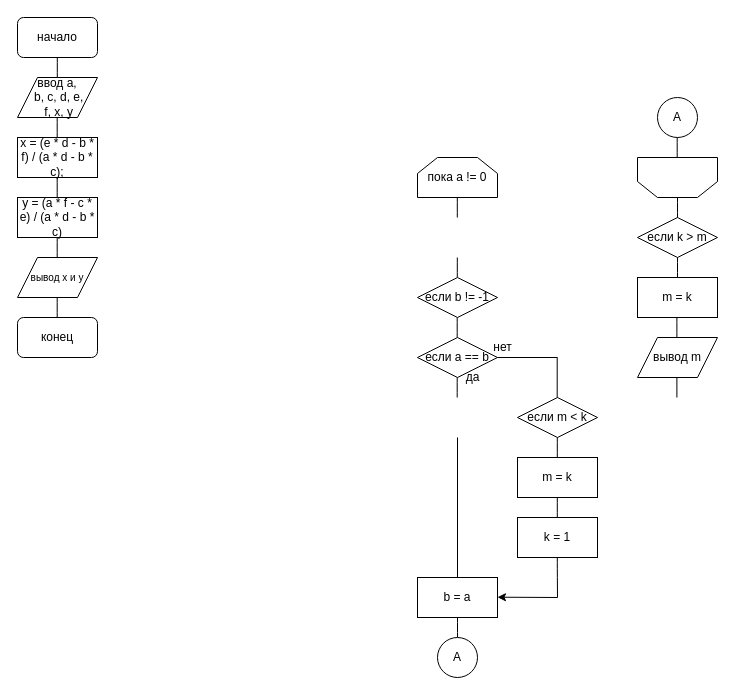
Earlier version of the draw.io diagram Untitled Diagram.drawio (AGCher/TiMP_lab1). Source tidied: cells renumbered, new cells numbered last; positions are measured from the earlier drawing's top-left corner, leaving out a move shared by most shapes. Both pictures are drawn from the tidied source at 100%, with x=0, y=0 at pixel (17, 17).
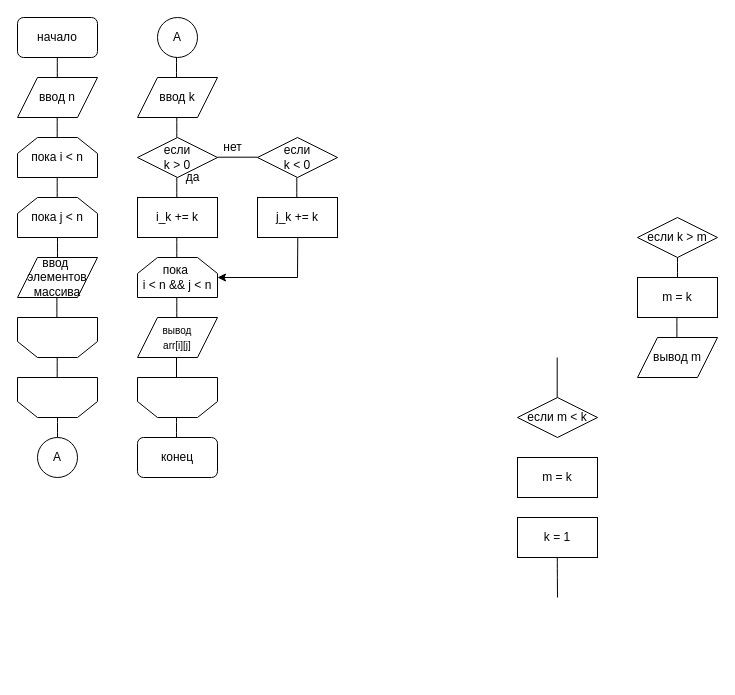
After the change.

The edit, as a diff of the source:
```diff
@@
-    <mxCell id="3" value="ввод&amp;nbsp;a,&lt;br&gt;&amp;nbsp;b, c, d, e,&lt;br&gt;&amp;nbsp;f, x, y" style="shape=parallelogram;perimeter=parallelogramPerimeter;whiteSpace=wrap;html=1;fixedSize=1;" parent="1" vertex="1">
+    <mxCell id="3" value="ввод n" style="shape=parallelogram;perimeter=parallelogramPerimeter;whiteSpace=wrap;html=1;fixedSize=1;" parent="1" vertex="1">
       <mxGeometry y="60" width="80" height="40" as="geometry" />
     </mxCell>
@@
     <mxCell id="5" style="endArrow=none;html=1;" parent="1" edge="1">
       <mxGeometry relative="1" as="geometry">
-        <mxPoint x="439.8" y="200" as="sourcePoint" />
-        <mxPoint x="439.8" y="180" as="targetPoint" />
+        <mxPoint x="39.7" y="180" as="sourcePoint" />
+        <mxPoint x="39.7" y="160" as="targetPoint" />
         <Array as="points">
-          <mxPoint x="439.8" y="190" />
+          <mxPoint x="39.7" y="170" />
         </Array>
       </mxGeometry>
     </mxCell>
     <mxCell id="6" value="конец" style="rounded=1;whiteSpace=wrap;html=1;" parent="1" vertex="1">
-      <mxGeometry y="300" width="80" height="40" as="geometry" />
+      <mxGeometry x="120" y="420" width="80" height="40" as="geometry" />
     </mxCell>
     <mxCell id="7" style="endArrow=none;html=1;" parent="1" edge="1">
       <mxGeometry relative="1" as="geometry">
-        <mxPoint x="659.4" y="380" as="sourcePoint" />
-        <mxPoint x="659.4" y="360" as="targetPoint" />
+        <mxPoint x="159" y="360" as="sourcePoint" />
+        <mxPoint x="159" y="340" as="targetPoint" />
       </mxGeometry>
     </mxCell>
-    <mxCell id="8" value="пока a != 0" style="shape=loopLimit;whiteSpace=wrap;html=1;size=20;" parent="1" vertex="1">
-      <mxGeometry x="400" y="140" width="80" height="40" as="geometry" />
+    <mxCell id="8" value="пока i &amp;lt; n" style="shape=loopLimit;whiteSpace=wrap;html=1;size=20;" parent="1" vertex="1">
+      <mxGeometry y="120" width="80" height="40" as="geometry" />
     </mxCell>
     <mxCell id="9" style="endArrow=none;html=1;" parent="1" edge="1">
       <mxGeometry relative="1" as="geometry">
-        <mxPoint x="439.8" y="260" as="sourcePoint" />
-        <mxPoint x="439.8" y="240" as="targetPoint" />
+        <mxPoint x="40" y="240" as="sourcePoint" />
+        <mxPoint x="40" y="220" as="targetPoint" />
         <Array as="points">
-          <mxPoint x="439.8" y="250" />
+          <mxPoint x="40" y="230" />
         </Array>
       </mxGeometry>
     </mxCell>
-    <mxCell id="10" value="если b != -1" style="rhombus;whiteSpace=wrap;html=1;" parent="1" vertex="1">
-      <mxGeometry x="400" y="260" width="80" height="40" as="geometry" />
+    <mxCell id="10" value="если &lt;br&gt;k &amp;gt; 0" style="rhombus;whiteSpace=wrap;html=1;" parent="1" vertex="1">
+      <mxGeometry x="120" y="120" width="80" height="40" as="geometry" />
     </mxCell>
     <mxCell id="11" style="endArrow=none;html=1;" parent="1" edge="1">
       <mxGeometry relative="1" as="geometry">
-        <mxPoint x="439.7" y="320" as="sourcePoint" />
-        <mxPoint x="439.7" y="300" as="targetPoint" />
+        <mxPoint x="159.3" y="120" as="sourcePoint" />
+        <mxPoint x="159.3" y="100" as="targetPoint" />
         <Array as="points">
-          <mxPoint x="439.7" y="310" />
+          <mxPoint x="159.3" y="110" />
         </Array>
       </mxGeometry>
     </mxCell>
-    <mxCell id="12" value="если a == b" style="rhombus;whiteSpace=wrap;html=1;" parent="1" vertex="1">
-      <mxGeometry x="400" y="320" width="80" height="40" as="geometry" />
-    </mxCell>
     <mxCell id="13" style="endArrow=none;html=1;" parent="1" edge="1">
       <mxGeometry relative="1" as="geometry">
-        <mxPoint x="439.7" y="380" as="sourcePoint" />
-        <mxPoint x="439.7" y="360" as="targetPoint" />
+        <mxPoint x="40" y="420" as="sourcePoint" />
+        <mxPoint x="40" y="400" as="targetPoint" />
         <Array as="points">
-          <mxPoint x="439.7" y="370" />
+          <mxPoint x="40" y="410" />
         </Array>
       </mxGeometry>
     </mxCell>
     <mxCell id="14" value="да" style="text;html=1;align=center;verticalAlign=middle;strokeColor=none;" parent="1" vertex="1">
-      <mxGeometry x="440" y="350" width="30" height="20" as="geometry" />
+      <mxGeometry x="160" y="150" width="30" height="20" as="geometry" />
     </mxCell>
     <mxCell id="15" value="нет" style="text;html=1;align=center;verticalAlign=middle;strokeColor=none;" parent="1" vertex="1">
-      <mxGeometry x="470" y="320" width="30" height="20" as="geometry" />
+      <mxGeometry x="200" y="120" width="30" height="20" as="geometry" />
     </mxCell>
-    <mxCell id="16" style="endArrow=none;html=1;" parent="1" edge="1">
-      <mxGeometry relative="1" as="geometry">
-        <mxPoint x="480" y="340" as="sourcePoint" />
-        <mxPoint x="540" y="340" as="targetPoint" />
-      </mxGeometry>
-    </mxCell>
-    <mxCell id="17" value="x = (e * d - b * f) / (a * d - b * c);" style="rounded=0;whiteSpace=wrap;html=1;" parent="1" vertex="1">
-      <mxGeometry y="120" width="80" height="40" as="geometry" />
+    <mxCell id="17" value="i_k += k" style="rounded=0;whiteSpace=wrap;html=1;" parent="1" vertex="1">
+      <mxGeometry x="120" y="180" width="80" height="40" as="geometry" />
     </mxCell>
@@
     <mxCell id="21" style="endArrow=none;html=1;" parent="1" edge="1">
       <mxGeometry relative="1" as="geometry">
-        <mxPoint x="539.8" y="440" as="sourcePoint" />
-        <mxPoint x="539.8" y="420" as="targetPoint" />
+        <mxPoint x="39.7" y="360" as="sourcePoint" />
+        <mxPoint x="39.7" y="340" as="targetPoint" />
         <Array as="points">
-          <mxPoint x="539.8" y="430" />
+          <mxPoint x="39.7" y="350" />
         </Array>
       </mxGeometry>
     </mxCell>
@@
     <mxCell id="23" style="endArrow=none;html=1;" parent="1" edge="1">
       <mxGeometry relative="1" as="geometry">
-        <mxPoint x="539.8" y="500" as="sourcePoint" />
-        <mxPoint x="539.8" y="480" as="targetPoint" />
+        <mxPoint x="159.3" y="240" as="sourcePoint" />
+        <mxPoint x="159.3" y="220" as="targetPoint" />
         <Array as="points">
-          <mxPoint x="539.8" y="490" />
+          <mxPoint x="159.3" y="230" />
         </Array>
       </mxGeometry>
     </mxCell>
     <mxCell id="24" style="endArrow=none;html=1;" parent="1" edge="1">
       <mxGeometry relative="1" as="geometry">
-        <mxPoint x="440" y="560" as="sourcePoint" />
-        <mxPoint x="440" y="420" as="targetPoint" />
+        <mxPoint x="280" y="260" as="sourcePoint" />
+        <mxPoint x="280.3" y="220" as="targetPoint" />
       </mxGeometry>
     </mxCell>
-    <mxCell id="25" value="b = a" style="rounded=0;whiteSpace=wrap;html=1;" parent="1" vertex="1">
-      <mxGeometry x="400" y="560" width="80" height="40" as="geometry" />
-    </mxCell>
     <mxCell id="26" style="endArrow=classic;html=1;" parent="1" edge="1">
       <mxGeometry relative="1" as="geometry">
-        <mxPoint x="540" y="580" as="sourcePoint" />
-        <mxPoint x="480" y="579.7" as="targetPoint" />
+        <mxPoint x="280" y="260" as="sourcePoint" />
+        <mxPoint x="200" y="260" as="targetPoint" />
       </mxGeometry>
     </mxCell>
@@
     <mxCell id="31" style="shape=loopLimit;whiteSpace=wrap;html=1;size=20;rotation=-180;" parent="1" vertex="1">
-      <mxGeometry x="620" y="140" width="80" height="40" as="geometry" />
+      <mxGeometry y="360" width="80" height="40" as="geometry" />
     </mxCell>
     <mxCell id="32" style="endArrow=none;html=1;" parent="1" edge="1">
       <mxGeometry relative="1" as="geometry">
-        <mxPoint x="440" y="620" as="sourcePoint" />
-        <mxPoint x="440" y="600" as="targetPoint" />
+        <mxPoint x="159.3" y="180" as="sourcePoint" />
+        <mxPoint x="159.3" y="160" as="targetPoint" />
         <Array as="points">
-          <mxPoint x="440" y="610" />
+          <mxPoint x="159.3" y="170" />
         </Array>
       </mxGeometry>
     </mxCell>
     <mxCell id="33" style="endArrow=none;html=1;" parent="1" edge="1">
       <mxGeometry relative="1" as="geometry">
-        <mxPoint x="660" y="200" as="sourcePoint" />
-        <mxPoint x="660" y="180" as="targetPoint" />
+        <mxPoint x="159" y="420" as="sourcePoint" />
+        <mxPoint x="159" y="400" as="targetPoint" />
         <Array as="points">
-          <mxPoint x="660" y="190" />
+          <mxPoint x="159" y="410" />
         </Array>
       </mxGeometry>
     </mxCell>
@@
     <mxCell id="36" value="A" style="ellipse;whiteSpace=wrap;html=1;" parent="1" vertex="1">
-      <mxGeometry x="420" y="620" width="40" height="40" as="geometry" />
+      <mxGeometry x="140" width="40" height="40" as="geometry" />
     </mxCell>
     <mxCell id="37" value="A" style="ellipse;whiteSpace=wrap;html=1;" parent="1" vertex="1">
-      <mxGeometry x="640" y="80" width="40" height="40" as="geometry" />
+      <mxGeometry x="20" y="420" width="40" height="40" as="geometry" />
     </mxCell>
     <mxCell id="38" style="endArrow=none;html=1;" parent="1" edge="1">
       <mxGeometry relative="1" as="geometry">
-        <mxPoint x="659.7" y="140" as="sourcePoint" />
-        <mxPoint x="659.7" y="120" as="targetPoint" />
+        <mxPoint x="159" y="60" as="sourcePoint" />
+        <mxPoint x="159" y="40" as="targetPoint" />
         <Array as="points">
-          <mxPoint x="659.7" y="130" />
+          <mxPoint x="159" y="50" />
         </Array>
       </mxGeometry>
     </mxCell>
-    <mxCell id="39" value="&lt;font size=&quot;1&quot;&gt;вывод x и y&lt;/font&gt;" style="shape=parallelogram;perimeter=parallelogramPerimeter;whiteSpace=wrap;html=1;fixedSize=1;" parent="1" vertex="1">
-      <mxGeometry y="240" width="80" height="40" as="geometry" />
-    </mxCell>
@@
     <mxCell id="41" style="endArrow=none;html=1;" parent="1" edge="1">
       <mxGeometry relative="1" as="geometry">
-        <mxPoint x="39.7" y="180" as="sourcePoint" />
-        <mxPoint x="39.7" y="160" as="targetPoint" />
+        <mxPoint x="39.4" y="300" as="sourcePoint" />
+        <mxPoint x="39.4" y="280" as="targetPoint" />
         <Array as="points">
-          <mxPoint x="39.7" y="170" />
+          <mxPoint x="39.4" y="290" />
         </Array>
       </mxGeometry>
     </mxCell>
     <mxCell id="42" style="endArrow=none;html=1;" parent="1" edge="1">
       <mxGeometry relative="1" as="geometry">
-        <mxPoint x="39.7" y="300" as="sourcePoint" />
-        <mxPoint x="39.7" y="280" as="targetPoint" />
+        <mxPoint x="279.3" y="180" as="sourcePoint" />
+        <mxPoint x="279.3" y="160" as="targetPoint" />
         <Array as="points">
-          <mxPoint x="39.7" y="290" />
+          <mxPoint x="279.3" y="170" />
         </Array>
       </mxGeometry>
     </mxCell>
-    <mxCell id="43" value="y = (a * f - c * e) / (a * d - b * c)" style="rounded=0;whiteSpace=wrap;html=1;" parent="1" vertex="1">
-      <mxGeometry y="180" width="80" height="40" as="geometry" />
-    </mxCell>
     <mxCell id="44" style="endArrow=none;html=1;" parent="1" edge="1">
       <mxGeometry relative="1" as="geometry">
-        <mxPoint x="39.7" y="240" as="sourcePoint" />
-        <mxPoint x="39.7" y="220" as="targetPoint" />
+        <mxPoint x="159.3" y="300" as="sourcePoint" />
+        <mxPoint x="159.3" y="280" as="targetPoint" />
         <Array as="points">
-          <mxPoint x="39.7" y="230" />
+          <mxPoint x="159.3" y="290" />
         </Array>
       </mxGeometry>
     </mxCell>
+    <mxCell id="45" value="ввод&amp;nbsp;&lt;br&gt;элементов&lt;br&gt;массива" style="shape=parallelogram;perimeter=parallelogramPerimeter;whiteSpace=wrap;html=1;fixedSize=1;" parent="1" vertex="1">
+      <mxGeometry y="240" width="80" height="40" as="geometry" />
+    </mxCell>
+    <mxCell id="46" value="если &lt;br&gt;k &amp;lt; 0" style="rhombus;whiteSpace=wrap;html=1;" parent="1" vertex="1">
+      <mxGeometry x="240" y="120" width="80" height="40" as="geometry" />
+    </mxCell>
+    <mxCell id="47" value="&lt;font size=&quot;1&quot;&gt;вывод&lt;br&gt;arr[i][j]&lt;br&gt;&lt;/font&gt;" style="shape=parallelogram;perimeter=parallelogramPerimeter;whiteSpace=wrap;html=1;fixedSize=1;" parent="1" vertex="1">
+      <mxGeometry x="120" y="300" width="80" height="40" as="geometry" />
+    </mxCell>
+    <mxCell id="48" value="пока j &amp;lt; n" style="shape=loopLimit;whiteSpace=wrap;html=1;size=20;" parent="1" vertex="1">
+      <mxGeometry y="180" width="80" height="40" as="geometry" />
+    </mxCell>
+    <mxCell id="49" style="shape=loopLimit;whiteSpace=wrap;html=1;size=20;rotation=-180;" parent="1" vertex="1">
+      <mxGeometry y="300" width="80" height="40" as="geometry" />
+    </mxCell>
+    <mxCell id="50" value="ввод k" style="shape=parallelogram;perimeter=parallelogramPerimeter;whiteSpace=wrap;html=1;fixedSize=1;" parent="1" vertex="1">
+      <mxGeometry x="120" y="60" width="80" height="40" as="geometry" />
+    </mxCell>
+    <mxCell id="51" style="endArrow=none;html=1;" parent="1" edge="1">
+      <mxGeometry relative="1" as="geometry">
+        <mxPoint x="200" y="139.7" as="sourcePoint" />
+        <mxPoint x="240" y="139.7" as="targetPoint" />
+      </mxGeometry>
+    </mxCell>
+    <mxCell id="52" value="j_k += k" style="rounded=0;whiteSpace=wrap;html=1;" parent="1" vertex="1">
+      <mxGeometry x="240" y="180" width="80" height="40" as="geometry" />
+    </mxCell>
+    <mxCell id="53" value="пока&amp;nbsp;&lt;br&gt;i &amp;lt; n &amp;amp;&amp;amp; j &amp;lt; n" style="shape=loopLimit;whiteSpace=wrap;html=1;size=20;" parent="1" vertex="1">
+      <mxGeometry x="120" y="240" width="80" height="40" as="geometry" />
+    </mxCell>
+    <mxCell id="54" style="shape=loopLimit;whiteSpace=wrap;html=1;size=20;rotation=-180;" parent="1" vertex="1">
+      <mxGeometry x="120" y="360" width="80" height="40" as="geometry" />
+    </mxCell>
```
